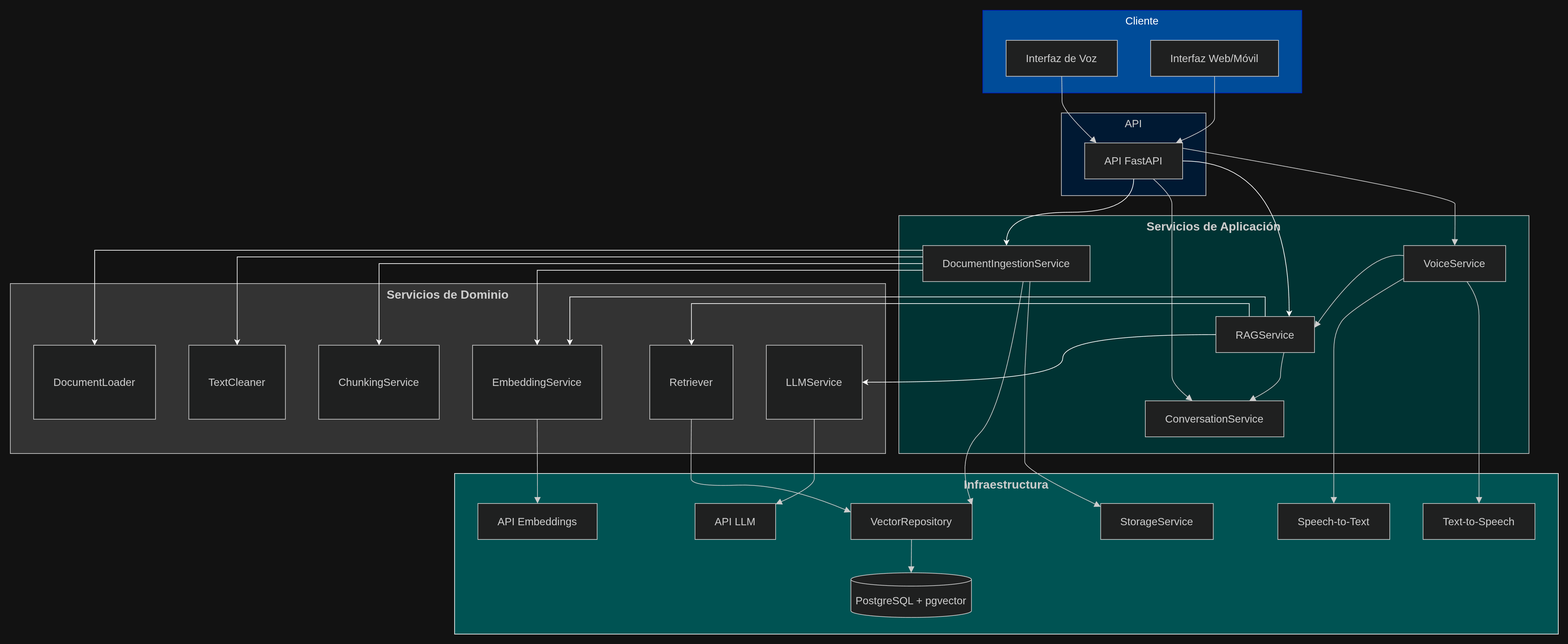
The draw.io diagram Docs/UML/imagenes/DIA-Componentes.png in ochuxx-u/raguaco, before a commit. Source tidied: cells renumbered, new cells last; positions are measured from the earlier drawing's top-left corner, leaving out a move shared by most shapes.
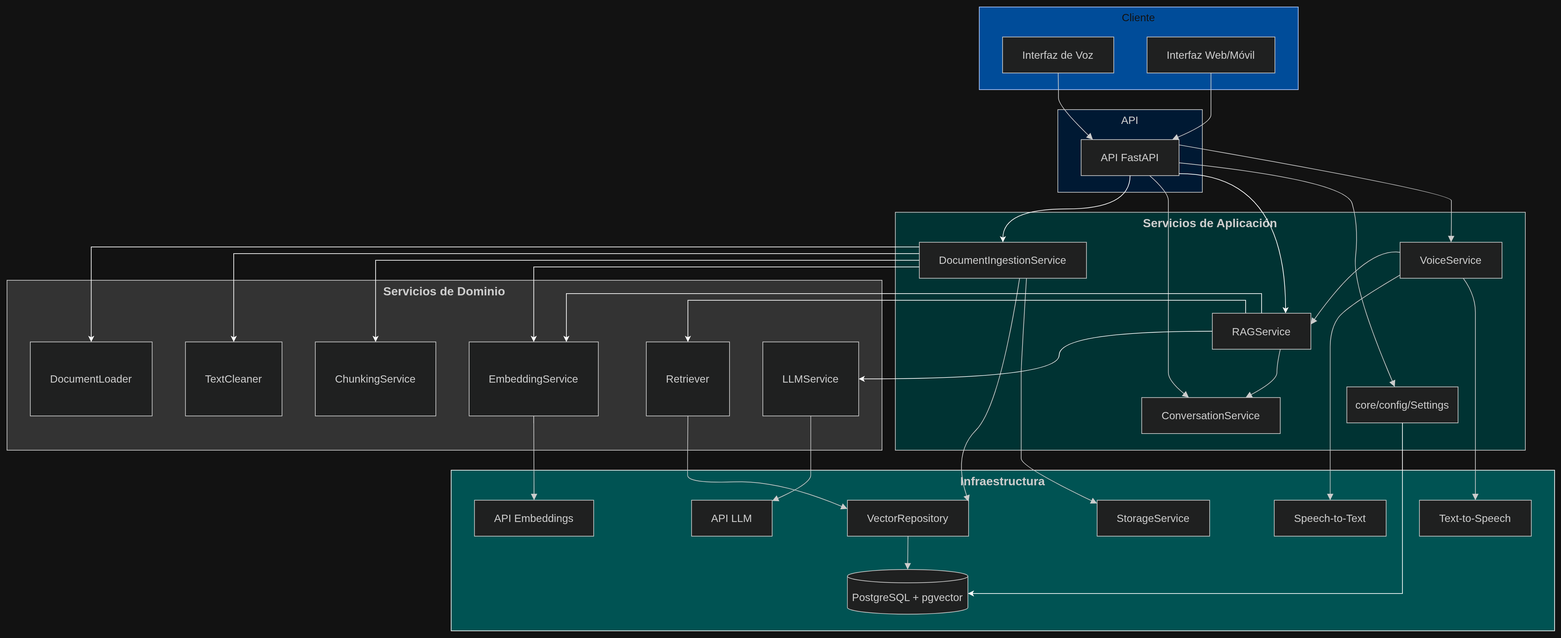
The same file after the commit.

Commit message:
Upd: conexión adicional en dia componentes

The edit, as a diff of the source:
```diff
@@ -32,6 +32,9 @@
     <mxCell id="11" value="DocumentIngestionService" style="html=1;whiteSpace=wrap;strokeWidth=1;fillColor=light-dark(#ECECFF,#1f2020);strokeColor=light-dark(#9370DB,#cccccc);fontColor=light-dark(#333333,#cccccc);fontFamily=Trebuchet MS,Verdana,Arial,sans-serif;fontSize=16;" parent="8" vertex="1">
       <mxGeometry x="36" y="45" width="251" height="54" as="geometry" />
     </mxCell>
+    <mxCell id="51" value="core/config/Settings" style="html=1;whiteSpace=wrap;strokeWidth=1;fillColor=light-dark(#ECECFF,#1f2020);strokeColor=light-dark(#9370DB,#cccccc);fontColor=light-dark(#333333,#cccccc);fontFamily=Trebuchet MS,Verdana,Arial,sans-serif;fontSize=16;" parent="8" vertex="1">
+      <mxGeometry x="678" y="262" width="167" height="54" as="geometry" />
+    </mxCell>
     <mxCell id="12" value="&lt;font style=&quot;font-size: 18px;&quot;&gt;Servicios de Dominio&lt;/font&gt;" style="html=1;whiteSpace=wrap;strokeWidth=1;verticalAlign=top;fillColor=light-dark(#FFFFDE,#333333);strokeColor=light-dark(#aaaa33,#cccccc);fontColor=light-dark(#333333,#cccccc);fontFamily=Trebuchet MS,Verdana,Arial,sans-serif;fontSize=16;fontStyle=1;" parent="2" vertex="1">
       <mxGeometry x="30" y="440" width="1314" height="255" as="geometry" />
     </mxCell>
@@ -192,9 +195,9 @@
       <mxGeometry relative="1" as="geometry" />
     </mxCell>
     <mxCell id="40" style="edgeStyle=orthogonalEdgeStyle;rounded=0;jettySize=auto;html=1;curved=1;" parent="2" edge="1" source="7" target="44">
-      <mxGeometry relative="1" as="geometry">
+      <mxGeometry x="-0.06" relative="1" as="geometry">
         <Array as="points">
-          <mxPoint x="1950" y="256" />
+          <mxPoint x="1950" y="280" />
         </Array>
       </mxGeometry>
     </mxCell>
@@ -264,5 +267,21 @@
         </Array>
       </mxGeometry>
     </mxCell>
+    <mxCell id="52" style="curved=1;startArrow=none;endArrow=block;endSize=7;strokeColor=light-dark(#333333,#cccccc);rounded=0;" parent="2" edge="1" source="7" target="51">
+      <mxGeometry x="-0.41" relative="1" as="geometry">
+        <Array as="points">
+          <mxPoint x="2040" y="290" />
+          <mxPoint x="2060" y="360" />
+          <mxPoint x="2050" y="450" />
+        </Array>
+      </mxGeometry>
+    </mxCell>
+    <mxCell id="53" style="edgeStyle=orthogonalEdgeStyle;rounded=0;jettySize=auto;html=1;" parent="2" edge="1" source="51" target="22">
+      <mxGeometry relative="1" as="geometry">
+        <Array as="points">
+          <mxPoint x="2125.5" y="910" />
+        </Array>
+      </mxGeometry>
+    </mxCell>
   </root>
 </mxGraphModel>
```
